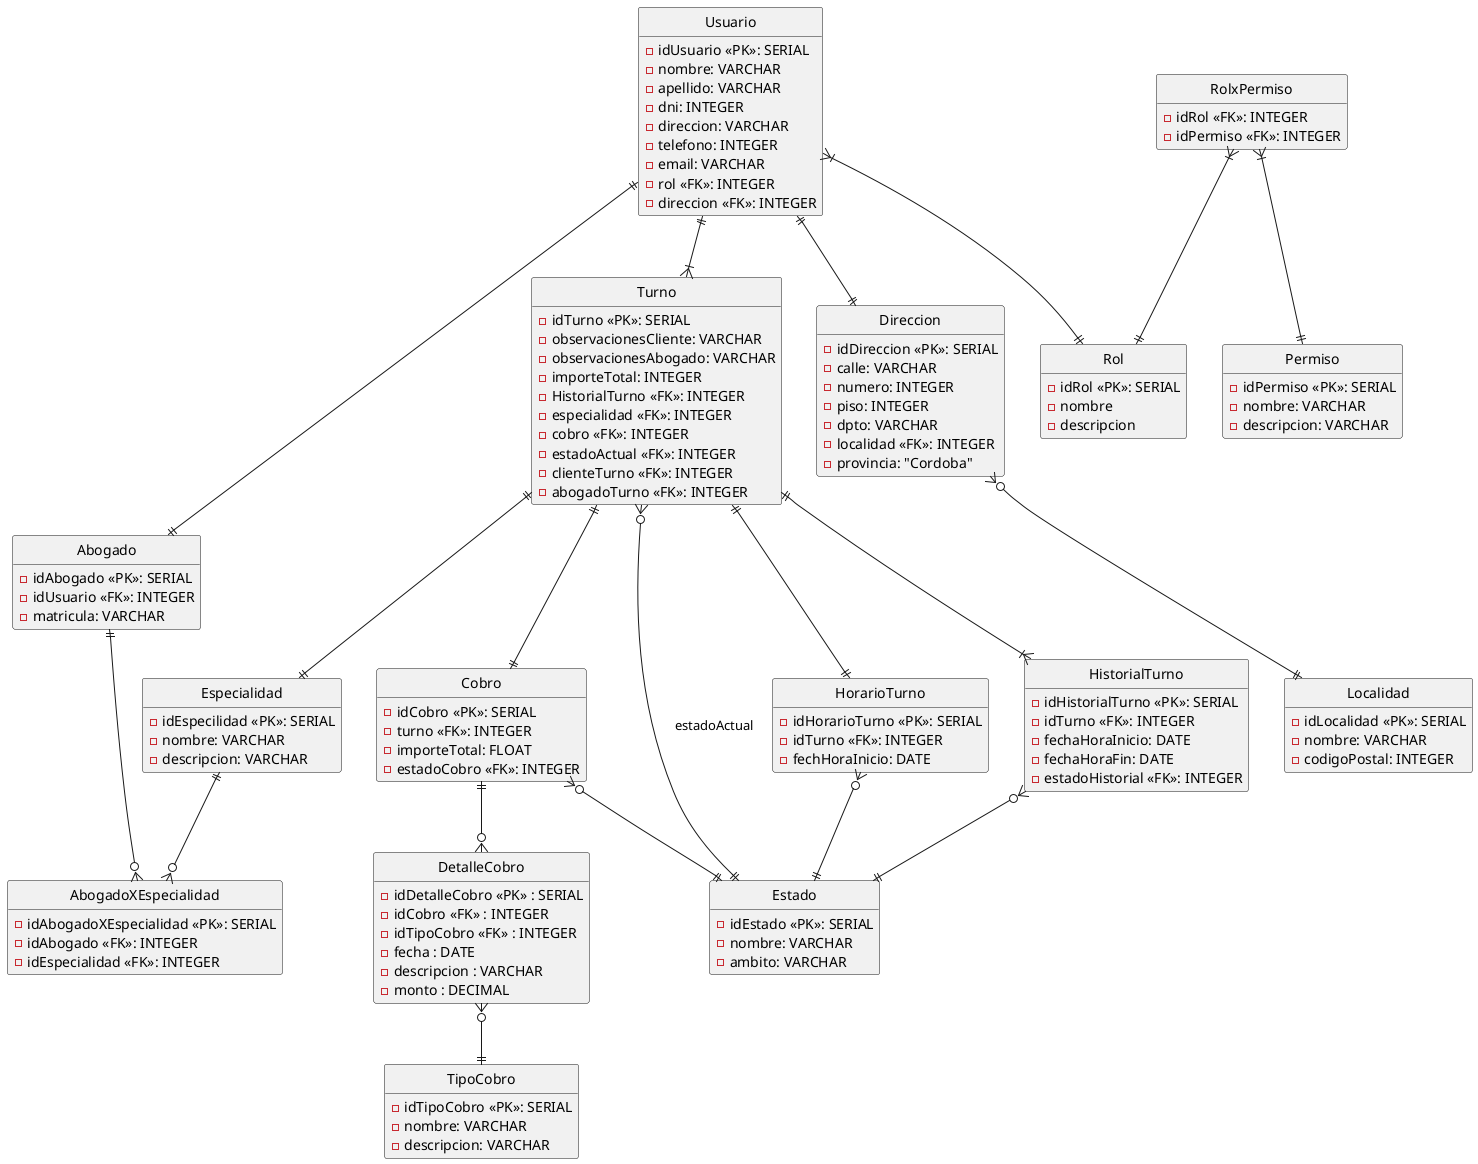
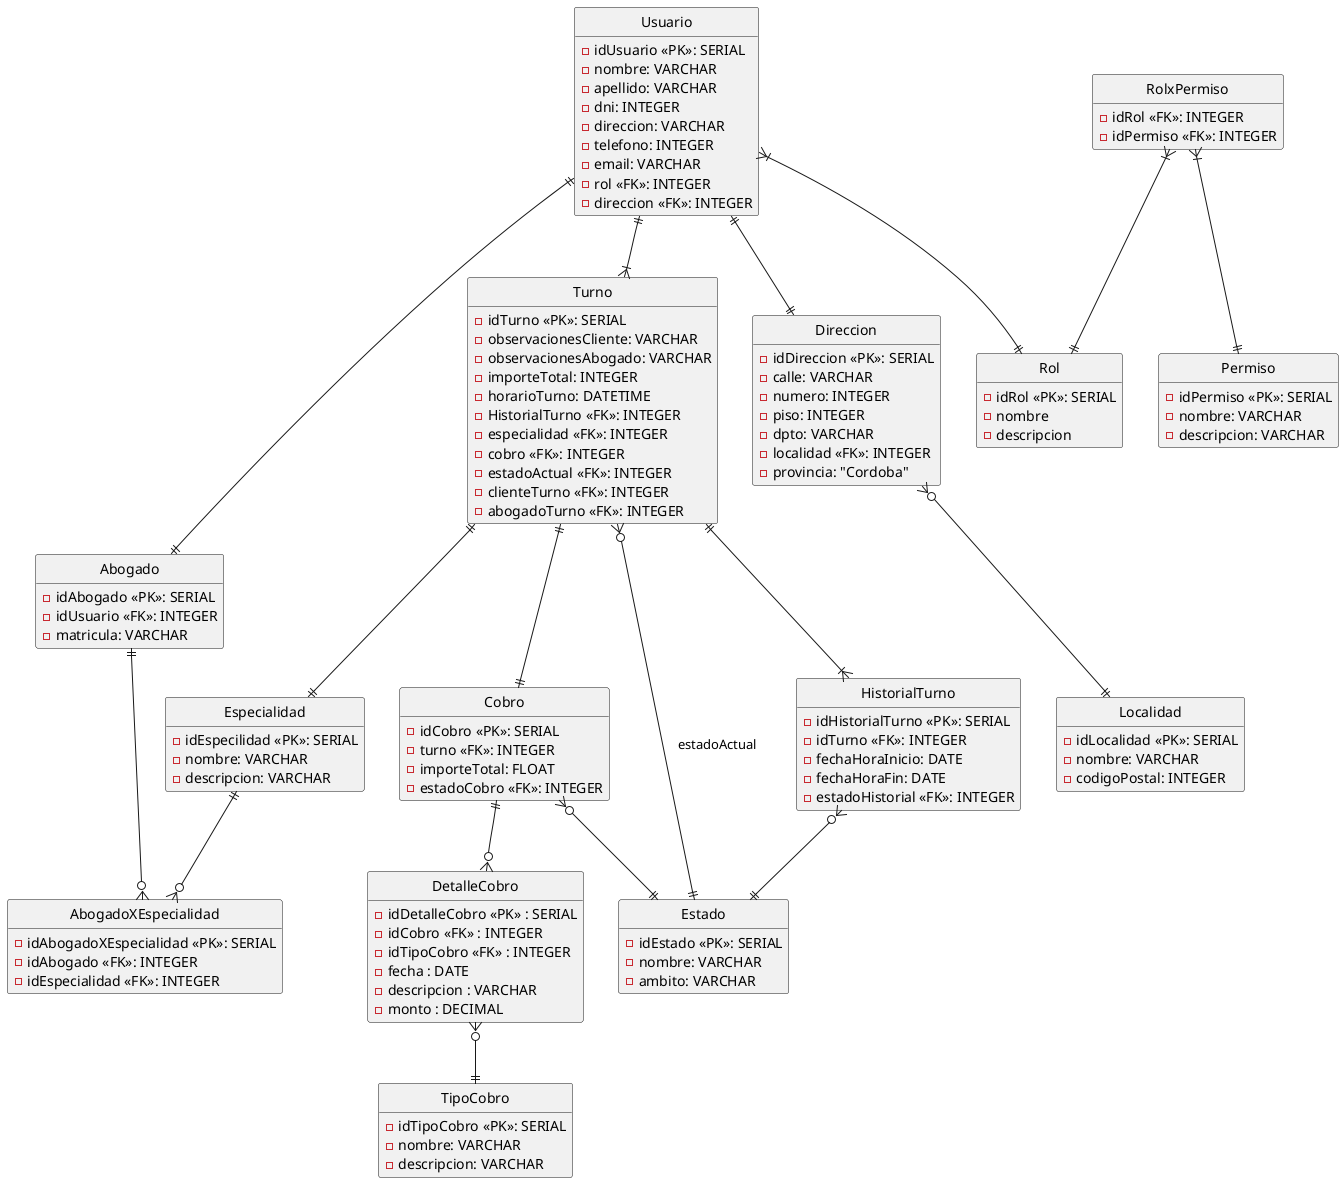
@startuml derMedinaYAsociados
hide circle
hide empty method

entity Turno {
    -idTurno <<PK>>: SERIAL
    -observacionesCliente: VARCHAR
    -observacionesAbogado: VARCHAR
    -importeTotal: INTEGER
+     -horarioTurno: DATETIME
    -HistorialTurno <<FK>>: INTEGER
    -especialidad <<FK>>: INTEGER
    -cobro <<FK>>: INTEGER
    -estadoActual <<FK>>: INTEGER
    -clienteTurno <<FK>>: INTEGER
    -abogadoTurno <<FK>>: INTEGER
}

entity Abogado {
    -idAbogado <<PK>>: SERIAL
    -idUsuario <<FK>>: INTEGER
    -matricula: VARCHAR
}


entity Cobro {
    -idCobro <<PK>>: SERIAL
    -turno <<FK>>: INTEGER
    -importeTotal: FLOAT
    -estadoCobro <<FK>>: INTEGER
}

entity Especialidad {
    -idEspecilidad <<PK>>: SERIAL
    -nombre: VARCHAR
    -descripcion: VARCHAR
}

entity TipoCobro {
    -idTipoCobro <<PK>>: SERIAL
    -nombre: VARCHAR
    -descripcion: VARCHAR
}

entity Estado {
    -idEstado <<PK>>: SERIAL
    -nombre: VARCHAR
    -ambito: VARCHAR
}

entity DetalleCobro {
    - idDetalleCobro <<PK>> : SERIAL
    - idCobro <<FK>> : INTEGER
    - idTipoCobro <<FK>> : INTEGER
    - fecha : DATE
    - descripcion : VARCHAR
    - monto : DECIMAL
}

entity Direccion {
    -idDireccion <<PK>>: SERIAL
    -calle: VARCHAR
    -numero: INTEGER
    -piso: INTEGER
    -dpto: VARCHAR
    -localidad <<FK>>: INTEGER
    -provincia: "Cordoba"
}

entity Localidad {
    -idLocalidad <<PK>>: SERIAL
    -nombre: VARCHAR
    -codigoPostal: INTEGER
}

- entity HorarioTurno {
-     -idHorarioTurno <<PK>>: SERIAL
-     -idTurno <<FK>>: INTEGER
-     -fechHoraInicio: DATE
- }
- 
entity HistorialTurno {
    -idHistorialTurno <<PK>>: SERIAL
    -idTurno <<FK>>: INTEGER
    -fechaHoraInicio: DATE
    -fechaHoraFin: DATE
    -estadoHistorial <<FK>>: INTEGER
}

entity AbogadoXEspecialidad{
    -idAbogadoXEspecialidad <<PK>>: SERIAL
    -idAbogado <<FK>>: INTEGER
    -idEspecialidad <<FK>>: INTEGER
}

entity Usuario{
    -idUsuario <<PK>>: SERIAL
    -nombre: VARCHAR
    -apellido: VARCHAR
    -dni: INTEGER
    -direccion: VARCHAR
    -telefono: INTEGER
    -email: VARCHAR
    -rol <<FK>>: INTEGER
    -direccion <<FK>>: INTEGER
}

entity Rol {
    -idRol <<PK>>: SERIAL
    -nombre
    -descripcion
}

entity Permiso{
    -idPermiso <<PK>>: SERIAL
    -nombre: VARCHAR
    -descripcion: VARCHAR
}

entity RolxPermiso{
    -idRol <<FK>>: INTEGER
    -idPermiso <<FK>>: INTEGER
}

Turno ||--|| Cobro
Turno }o--|| Estado : "estadoActual"
Turno ||--|{ HistorialTurno
Turno ||--|| Especialidad
- Turno ||--|| HorarioTurno

Cobro ||--o{ DetalleCobro
Cobro }o--|| Estado

DetalleCobro }o--|| TipoCobro

HistorialTurno }o--||Estado

- HorarioTurno }o--||Estado

AbogadoXEspecialidad }o-up-|| Especialidad
AbogadoXEspecialidad }o-up-|| Abogado

Direccion }o--|| Localidad

Usuario ||--|| Direccion
Usuario ||--|{ Turno
Usuario ||--|| Abogado

Usuario }|--|| Rol
RolxPermiso }|--|| Permiso
RolxPermiso }|--|| Rol
@enduml